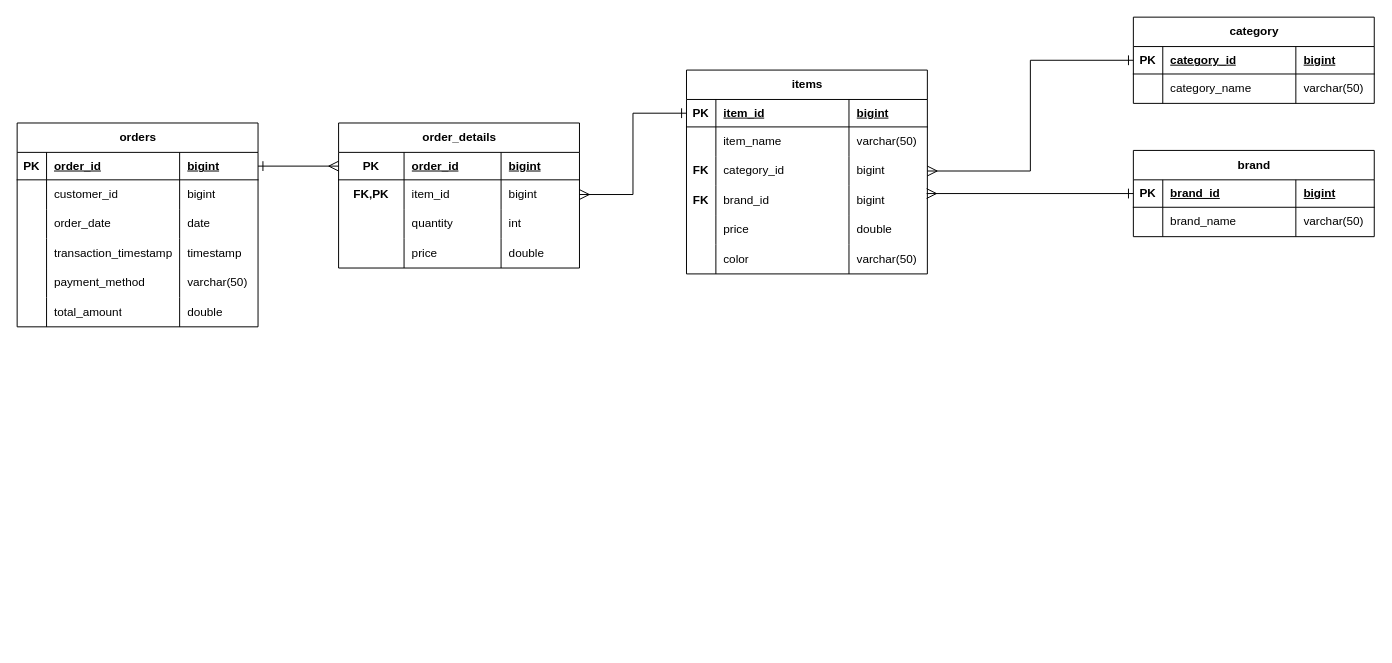
This is gizmobox_sls.drawio from HariHaraChandar0715/gizmobox_sales_project_de, a draw.io file, before an edit. Source tidied: cells renumbered, new cells numbered last; positions are measured from the earlier drawing's top-left corner, leaving out a move shared by most shapes. Both pictures are drawn from the tidied source at 98%, with x=0, y=0 at pixel (17, 17).
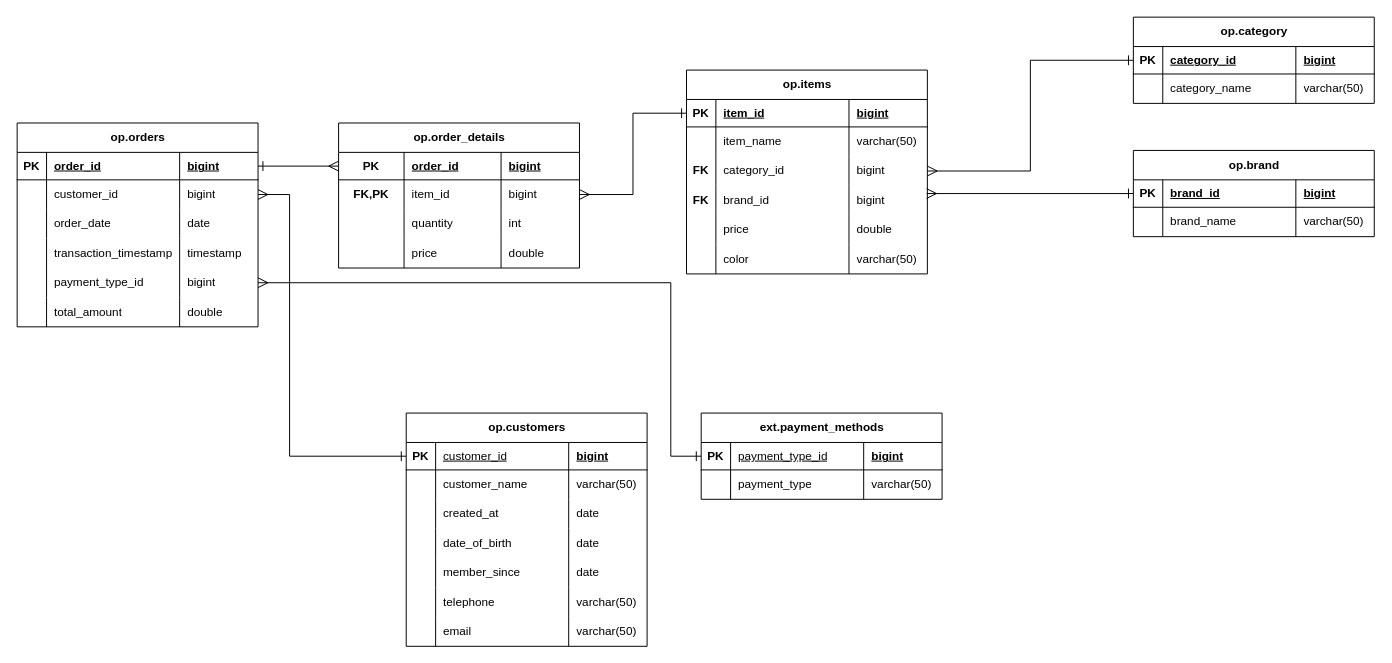
After the change.

Commit message:
Update landing layer schema

Unchanged cells that the change refers to:
```xml
<mxCell id="7" style="shape=tableRow;horizontal=0;startSize=0;swimlaneHead=0;swimlaneBody=0;fillColor=none;points=[[0,0.5],[1,0.5]];portConstraint=eastwest;top=0;left=0;right=0;bottom=0;" parent="2" vertex="1">
  <mxGeometry y="58" width="245.8" height="30" as="geometry" />
</mxCell>
<mxCell id="19" style="shape=tableRow;horizontal=0;startSize=0;swimlaneHead=0;swimlaneBody=0;fillColor=none;points=[[0,0.5],[1,0.5]];portConstraint=eastwest;top=0;left=0;right=0;bottom=0;" parent="2" vertex="1">
  <mxGeometry y="148" width="245.8" height="30" as="geometry" />
</mxCell>
```

Change to the diagram source:
```diff
@@
-    <mxCell id="2" value="orders" style="shape=table;startSize=30;childLayout=tableLayout;rowLines=0;fontStyle=1;align=center;html=1;" parent="1" vertex="1">
+    <mxCell id="2" value="op.orders" style="shape=table;startSize=30;childLayout=tableLayout;rowLines=0;fontStyle=1;align=center;html=1;" parent="1" vertex="1">
       <mxGeometry y="108" width="245.8" height="208" as="geometry" />
     </mxCell>
@@
-    <mxCell id="21" value="payment_method" style="shape=partialRectangle;fillColor=none;top=0;left=0;bottom=0;right=0;align=left;spacingLeft=6;overflow=hidden;whiteSpace=wrap;html=1;" parent="19" vertex="1">
+    <mxCell id="21" value="payment_type_id" style="shape=partialRectangle;fillColor=none;top=0;left=0;bottom=0;right=0;align=left;spacingLeft=6;overflow=hidden;whiteSpace=wrap;html=1;" parent="19" vertex="1">
       <mxGeometry x="30" width="135.8" height="30" as="geometry" />
     </mxCell>
-    <mxCell id="22" value="varchar(50)" style="shape=partialRectangle;fillColor=none;top=0;left=0;bottom=0;right=0;align=left;spacingLeft=6;overflow=hidden;whiteSpace=wrap;html=1;" parent="19" vertex="1">
+    <mxCell id="22" value="bigint" style="shape=partialRectangle;fillColor=none;top=0;left=0;bottom=0;right=0;align=left;spacingLeft=6;overflow=hidden;whiteSpace=wrap;html=1;" parent="19" vertex="1">
       <mxGeometry x="165.8" width="80" height="30" as="geometry" />
     </mxCell>
@@
-    <mxCell id="27" value="items" style="shape=table;startSize=30;childLayout=tableLayout;rowLines=0;fontStyle=1;align=center;html=1;" parent="1" vertex="1">
+    <mxCell id="27" value="op.items" style="shape=table;startSize=30;childLayout=tableLayout;rowLines=0;fontStyle=1;align=center;html=1;" parent="1" vertex="1">
       <mxGeometry x="683" y="54" width="245.8" height="208" as="geometry" />
     </mxCell>
@@
-    <mxCell id="52" value="category" style="shape=table;startSize=30;childLayout=tableLayout;rowLines=0;fontStyle=1;align=center;html=1;" parent="1" vertex="1">
+    <mxCell id="52" value="op.category" style="shape=table;startSize=30;childLayout=tableLayout;rowLines=0;fontStyle=1;align=center;html=1;" parent="1" vertex="1">
       <mxGeometry x="1139" width="245.8" height="88" as="geometry" />
     </mxCell>
@@
-    <mxCell id="61" value="brand" style="shape=table;startSize=30;childLayout=tableLayout;rowLines=0;fontStyle=1;align=center;html=1;" parent="1" vertex="1">
+    <mxCell id="61" value="op.brand" style="shape=table;startSize=30;childLayout=tableLayout;rowLines=0;fontStyle=1;align=center;html=1;" parent="1" vertex="1">
       <mxGeometry x="1139" y="136" width="245.8" height="88" as="geometry" />
     </mxCell>
@@
-    <mxCell id="72" value="order_details" style="shape=table;startSize=30;childLayout=tableLayout;rowLines=0;fontStyle=1;align=center;html=1;" parent="1" vertex="1">
+    <mxCell id="72" value="op.order_details" style="shape=table;startSize=30;childLayout=tableLayout;rowLines=0;fontStyle=1;align=center;html=1;" parent="1" vertex="1">
       <mxGeometry x="328" y="108" width="245.8" height="148" as="geometry" />
     </mxCell>
@@
+    <mxCell id="91" value="op.customers" style="shape=table;startSize=30;childLayout=tableLayout;rowLines=0;fontStyle=1;align=center;html=1;" parent="1" vertex="1">
+      <mxGeometry x="397" y="404" width="245.8" height="238" as="geometry" />
+    </mxCell>
+    <mxCell id="92" style="shape=tableRow;horizontal=0;startSize=0;swimlaneHead=0;swimlaneBody=0;fillColor=none;points=[[0,0.5],[1,0.5]];portConstraint=eastwest;top=0;left=0;right=0;bottom=1;" parent="91" vertex="1">
+      <mxGeometry y="30" width="245.8" height="28" as="geometry" />
+    </mxCell>
+    <mxCell id="93" value="PK" style="shape=partialRectangle;fillColor=none;top=0;left=0;bottom=0;right=0;fontStyle=1;overflow=hidden;whiteSpace=wrap;html=1;" parent="92" vertex="1">
+      <mxGeometry width="30" height="28" as="geometry" />
+    </mxCell>
+    <mxCell id="94" value="&lt;span style=&quot;font-weight: 400;&quot;&gt;customer_id&lt;/span&gt;" style="shape=partialRectangle;fillColor=none;top=0;left=0;bottom=0;right=0;align=left;spacingLeft=6;fontStyle=5;overflow=hidden;whiteSpace=wrap;html=1;" parent="92" vertex="1">
+      <mxGeometry x="30" width="135.8" height="28" as="geometry" />
+    </mxCell>
+    <mxCell id="95" value="bigint" style="shape=partialRectangle;fillColor=none;top=0;left=0;bottom=0;right=0;align=left;spacingLeft=6;fontStyle=5;overflow=hidden;whiteSpace=wrap;html=1;" parent="92" vertex="1">
+      <mxGeometry x="165.8" width="80" height="28" as="geometry" />
+    </mxCell>
+    <mxCell id="96" style="shape=tableRow;horizontal=0;startSize=0;swimlaneHead=0;swimlaneBody=0;fillColor=none;top=0;left=0;right=0;bottom=0;" parent="91" vertex="1">
+      <mxGeometry y="58" width="245.8" height="30" as="geometry" />
+    </mxCell>
+    <mxCell id="97" style="shape=partialRectangle;fillColor=none;top=0;left=0;bottom=0;right=0;overflow=hidden;whiteSpace=wrap;html=1;" parent="96" vertex="1">
+      <mxGeometry width="30" height="30" as="geometry" />
+    </mxCell>
+    <mxCell id="98" value="customer_name" style="shape=partialRectangle;fillColor=none;top=0;left=0;bottom=0;right=0;align=left;spacingLeft=6;overflow=hidden;whiteSpace=wrap;html=1;" parent="96" vertex="1">
+      <mxGeometry x="30" width="135.8" height="30" as="geometry" />
+    </mxCell>
+    <mxCell id="99" value="varchar(50)" style="shape=partialRectangle;fillColor=none;top=0;left=0;bottom=0;right=0;align=left;spacingLeft=6;overflow=hidden;whiteSpace=wrap;html=1;" parent="96" vertex="1">
+      <mxGeometry x="165.8" width="80" height="30" as="geometry" />
+    </mxCell>
+    <mxCell id="100" style="shape=tableRow;horizontal=0;startSize=0;swimlaneHead=0;swimlaneBody=0;fillColor=none;top=0;left=0;right=0;bottom=0;" parent="91" vertex="1">
+      <mxGeometry y="88" width="245.8" height="30" as="geometry" />
+    </mxCell>
+    <mxCell id="101" style="shape=partialRectangle;fillColor=none;top=0;left=0;bottom=0;right=0;overflow=hidden;whiteSpace=wrap;html=1;" parent="100" vertex="1">
+      <mxGeometry width="30" height="30" as="geometry" />
+    </mxCell>
+    <mxCell id="102" value="created_at" style="shape=partialRectangle;fillColor=none;top=0;left=0;bottom=0;right=0;align=left;spacingLeft=6;overflow=hidden;whiteSpace=wrap;html=1;" parent="100" vertex="1">
+      <mxGeometry x="30" width="135.8" height="30" as="geometry" />
+    </mxCell>
+    <mxCell id="103" value="date" style="shape=partialRectangle;fillColor=none;top=0;left=0;bottom=0;right=0;align=left;spacingLeft=6;overflow=hidden;whiteSpace=wrap;html=1;" parent="100" vertex="1">
+      <mxGeometry x="165.8" width="80" height="30" as="geometry" />
+    </mxCell>
+    <mxCell id="104" style="shape=tableRow;horizontal=0;startSize=0;swimlaneHead=0;swimlaneBody=0;fillColor=none;top=0;left=0;right=0;bottom=0;" parent="91" vertex="1">
+      <mxGeometry y="118" width="245.8" height="30" as="geometry" />
+    </mxCell>
+    <mxCell id="105" style="shape=partialRectangle;fillColor=none;top=0;left=0;bottom=0;right=0;overflow=hidden;whiteSpace=wrap;html=1;" parent="104" vertex="1">
+      <mxGeometry width="30" height="30" as="geometry" />
+    </mxCell>
+    <mxCell id="106" value="date_of_birth" style="shape=partialRectangle;fillColor=none;top=0;left=0;bottom=0;right=0;align=left;spacingLeft=6;overflow=hidden;whiteSpace=wrap;html=1;" parent="104" vertex="1">
+      <mxGeometry x="30" width="135.8" height="30" as="geometry" />
+    </mxCell>
+    <mxCell id="107" value="date" style="shape=partialRectangle;fillColor=none;top=0;left=0;bottom=0;right=0;align=left;spacingLeft=6;overflow=hidden;whiteSpace=wrap;html=1;" parent="104" vertex="1">
+      <mxGeometry x="165.8" width="80" height="30" as="geometry" />
+    </mxCell>
+    <mxCell id="108" style="shape=tableRow;horizontal=0;startSize=0;swimlaneHead=0;swimlaneBody=0;fillColor=none;top=0;left=0;right=0;bottom=0;" parent="91" vertex="1">
+      <mxGeometry y="148" width="245.8" height="30" as="geometry" />
+    </mxCell>
+    <mxCell id="109" style="shape=partialRectangle;fillColor=none;top=0;left=0;bottom=0;right=0;overflow=hidden;whiteSpace=wrap;html=1;" parent="108" vertex="1">
+      <mxGeometry width="30" height="30" as="geometry" />
+    </mxCell>
+    <mxCell id="110" value="member_since" style="shape=partialRectangle;fillColor=none;top=0;left=0;bottom=0;right=0;align=left;spacingLeft=6;overflow=hidden;whiteSpace=wrap;html=1;" parent="108" vertex="1">
+      <mxGeometry x="30" width="135.8" height="30" as="geometry" />
+    </mxCell>
+    <mxCell id="111" value="date" style="shape=partialRectangle;fillColor=none;top=0;left=0;bottom=0;right=0;align=left;spacingLeft=6;overflow=hidden;whiteSpace=wrap;html=1;" parent="108" vertex="1">
+      <mxGeometry x="165.8" width="80" height="30" as="geometry" />
+    </mxCell>
+    <mxCell id="112" style="shape=tableRow;horizontal=0;startSize=0;swimlaneHead=0;swimlaneBody=0;fillColor=none;top=0;left=0;right=0;bottom=0;" parent="91" vertex="1">
+      <mxGeometry y="178" width="245.8" height="30" as="geometry" />
+    </mxCell>
+    <mxCell id="113" style="shape=partialRectangle;fillColor=none;top=0;left=0;bottom=0;right=0;overflow=hidden;whiteSpace=wrap;html=1;" parent="112" vertex="1">
+      <mxGeometry width="30" height="30" as="geometry" />
+    </mxCell>
+    <mxCell id="114" value="telephone" style="shape=partialRectangle;fillColor=none;top=0;left=0;bottom=0;right=0;align=left;spacingLeft=6;overflow=hidden;whiteSpace=wrap;html=1;" parent="112" vertex="1">
+      <mxGeometry x="30" width="135.8" height="30" as="geometry" />
+    </mxCell>
+    <mxCell id="115" value="varchar(50)" style="shape=partialRectangle;fillColor=none;top=0;left=0;bottom=0;right=0;align=left;spacingLeft=6;overflow=hidden;whiteSpace=wrap;html=1;" parent="112" vertex="1">
+      <mxGeometry x="165.8" width="80" height="30" as="geometry" />
+    </mxCell>
+    <mxCell id="116" style="shape=tableRow;horizontal=0;startSize=0;swimlaneHead=0;swimlaneBody=0;fillColor=none;top=0;left=0;right=0;bottom=0;" parent="91" vertex="1">
+      <mxGeometry y="208" width="245.8" height="30" as="geometry" />
+    </mxCell>
+    <mxCell id="117" style="shape=partialRectangle;fillColor=none;top=0;left=0;bottom=0;right=0;overflow=hidden;whiteSpace=wrap;html=1;" parent="116" vertex="1">
+      <mxGeometry width="30" height="30" as="geometry" />
+    </mxCell>
+    <mxCell id="118" value="email" style="shape=partialRectangle;fillColor=none;top=0;left=0;bottom=0;right=0;align=left;spacingLeft=6;overflow=hidden;whiteSpace=wrap;html=1;" parent="116" vertex="1">
+      <mxGeometry x="30" width="135.8" height="30" as="geometry" />
+    </mxCell>
+    <mxCell id="119" value="varchar(50)" style="shape=partialRectangle;fillColor=none;top=0;left=0;bottom=0;right=0;align=left;spacingLeft=6;overflow=hidden;whiteSpace=wrap;html=1;" parent="116" vertex="1">
+      <mxGeometry x="165.8" width="80" height="30" as="geometry" />
+    </mxCell>
+    <mxCell id="120" style="edgeStyle=orthogonalEdgeStyle;rounded=0;jettySize=auto;html=1;exitX=0;exitY=0.5;exitDx=0;exitDy=0;entryX=1;entryY=0.5;entryDx=0;entryDy=0;fontSize=12;startSize=8;endSize=8;startArrow=ERone;startFill=0;endArrow=ERmany;endFill=0;" parent="1" edge="1" source="92" target="7">
+      <mxGeometry relative="1" as="geometry">
+        <Array as="points">
+          <mxPoint x="278" y="448" />
+          <mxPoint x="278" y="181" />
+        </Array>
+      </mxGeometry>
+    </mxCell>
+    <mxCell id="121" value="ext.payment_methods" style="shape=table;startSize=30;childLayout=tableLayout;rowLines=0;fontStyle=1;align=center;html=1;" parent="1" vertex="1">
+      <mxGeometry x="698" y="404" width="245.8" height="88" as="geometry" />
+    </mxCell>
+    <mxCell id="122" style="shape=tableRow;horizontal=0;startSize=0;swimlaneHead=0;swimlaneBody=0;fillColor=none;points=[[0,0.5],[1,0.5]];portConstraint=eastwest;top=0;left=0;right=0;bottom=1;" parent="121" vertex="1">
+      <mxGeometry y="30" width="245.8" height="28" as="geometry" />
+    </mxCell>
+    <mxCell id="123" value="PK" style="shape=partialRectangle;fillColor=none;top=0;left=0;bottom=0;right=0;fontStyle=1;overflow=hidden;whiteSpace=wrap;html=1;" parent="122" vertex="1">
+      <mxGeometry width="30" height="28" as="geometry" />
+    </mxCell>
+    <mxCell id="124" value="&lt;span style=&quot;font-weight: 400;&quot;&gt;payment_type_id&lt;/span&gt;" style="shape=partialRectangle;fillColor=none;top=0;left=0;bottom=0;right=0;align=left;spacingLeft=6;fontStyle=5;overflow=hidden;whiteSpace=wrap;html=1;" parent="122" vertex="1">
+      <mxGeometry x="30" width="135.8" height="28" as="geometry" />
+    </mxCell>
+    <mxCell id="125" value="bigint" style="shape=partialRectangle;fillColor=none;top=0;left=0;bottom=0;right=0;align=left;spacingLeft=6;fontStyle=5;overflow=hidden;whiteSpace=wrap;html=1;" parent="122" vertex="1">
+      <mxGeometry x="165.8" width="80" height="28" as="geometry" />
+    </mxCell>
+    <mxCell id="126" style="shape=tableRow;horizontal=0;startSize=0;swimlaneHead=0;swimlaneBody=0;fillColor=none;top=0;left=0;right=0;bottom=0;" parent="121" vertex="1">
+      <mxGeometry y="58" width="245.8" height="30" as="geometry" />
+    </mxCell>
+    <mxCell id="127" style="shape=partialRectangle;fillColor=none;top=0;left=0;bottom=0;right=0;overflow=hidden;whiteSpace=wrap;html=1;" parent="126" vertex="1">
+      <mxGeometry width="30" height="30" as="geometry" />
+    </mxCell>
+    <mxCell id="128" value="payment_type" style="shape=partialRectangle;fillColor=none;top=0;left=0;bottom=0;right=0;align=left;spacingLeft=6;overflow=hidden;whiteSpace=wrap;html=1;" parent="126" vertex="1">
+      <mxGeometry x="30" width="135.8" height="30" as="geometry" />
+    </mxCell>
+    <mxCell id="129" value="varchar(50)" style="shape=partialRectangle;fillColor=none;top=0;left=0;bottom=0;right=0;align=left;spacingLeft=6;overflow=hidden;whiteSpace=wrap;html=1;" parent="126" vertex="1">
+      <mxGeometry x="165.8" width="80" height="30" as="geometry" />
+    </mxCell>
+    <mxCell id="130" style="edgeStyle=orthogonalEdgeStyle;rounded=0;jettySize=auto;html=1;exitX=0;exitY=0.5;exitDx=0;exitDy=0;entryX=1;entryY=0.5;entryDx=0;entryDy=0;fontSize=12;startSize=8;endSize=8;startArrow=ERone;startFill=0;endArrow=ERmany;endFill=0;" parent="1" edge="1" source="122" target="19">
+      <mxGeometry relative="1" as="geometry">
+        <Array as="points">
+          <mxPoint x="667" y="448" />
+          <mxPoint x="667" y="271" />
+        </Array>
+      </mxGeometry>
+    </mxCell>
```
